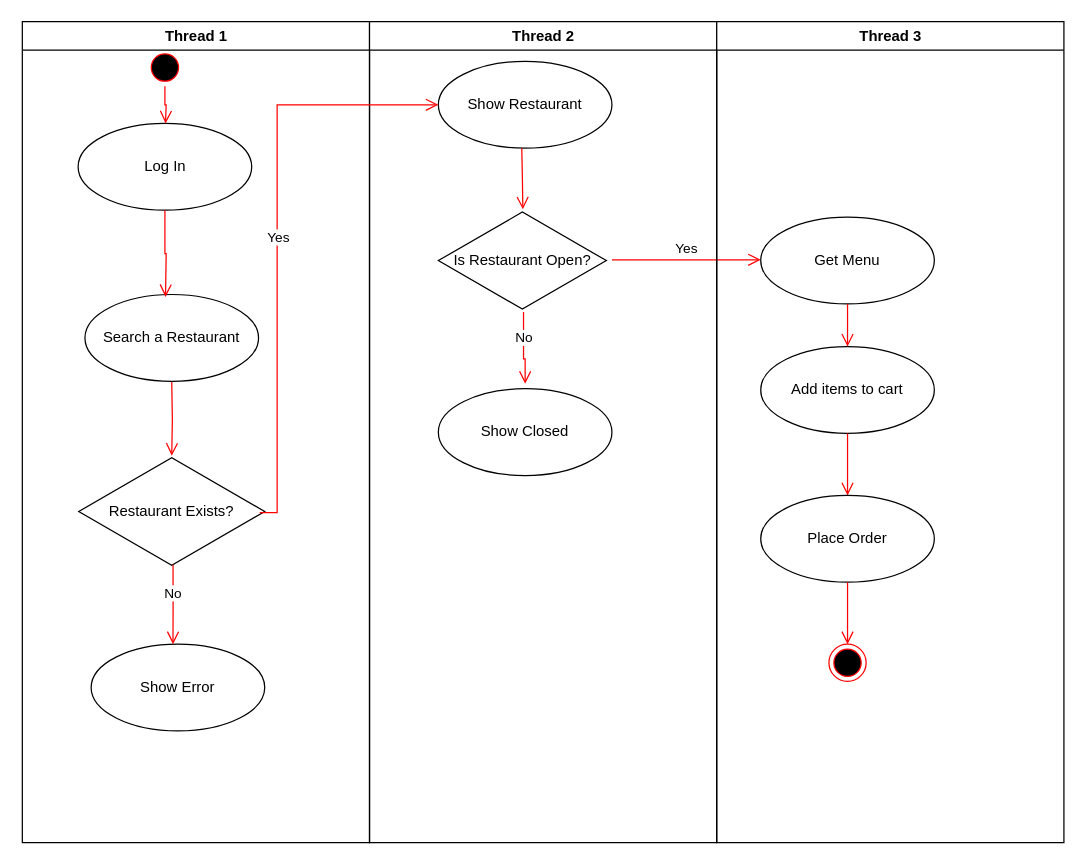
Before: Restaurant Finder Activity Diagram.drawio in prakhardixit248/UpGrad_MS, a draw.io diagram. Source tidied: cells renumbered, new cells numbered last; positions are measured from the earlier drawing's top-left corner, leaving out a move shared by most shapes. Both pictures are drawn from the tidied source at 124%, with x=0, y=0 at pixel (21, 21).
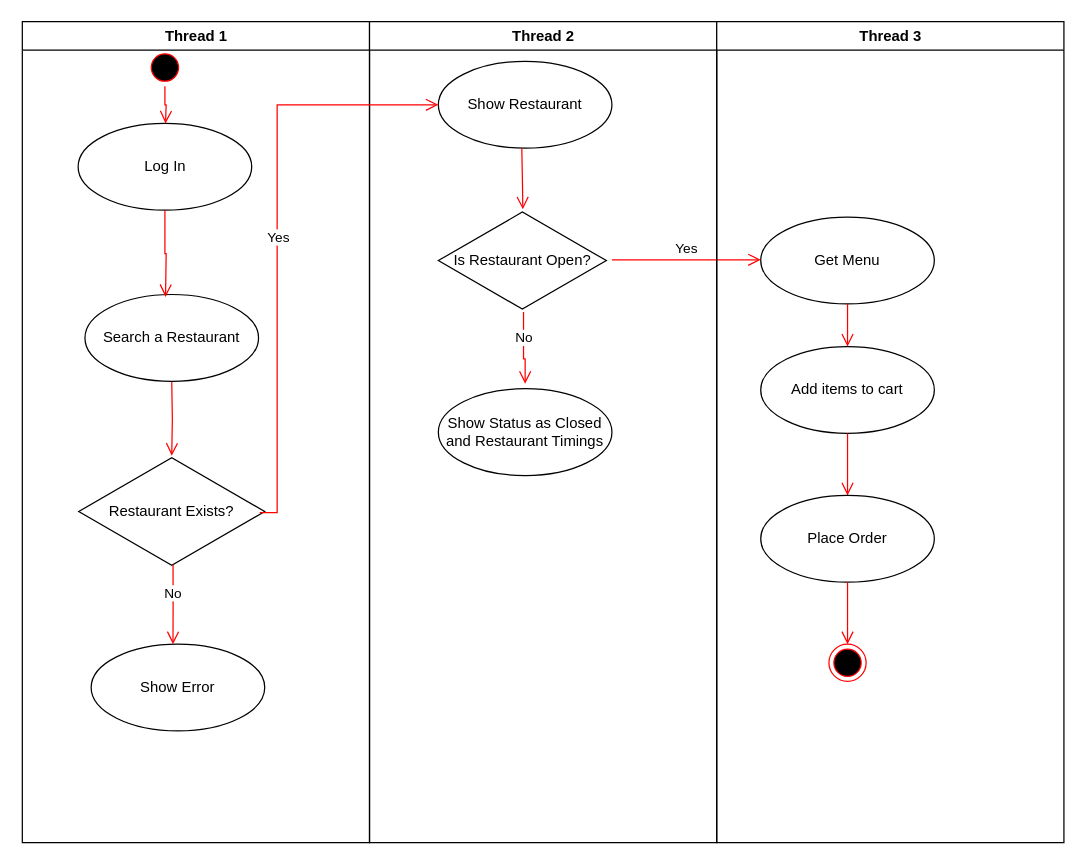
Above is the later version.

Unchanged cells that the change refers to:
```xml
<mxCell id="10" value="Thread 2" style="swimlane;whiteSpace=wrap;" parent="1" vertex="1">
  <mxGeometry x="280.5" width="280" height="662" as="geometry" />
</mxCell>
```

Change to the diagram source:
```diff
@@
-    <mxCell id="15" value="Show Closed" style="ellipse;whiteSpace=wrap;html=1;" parent="10" vertex="1">
+    <mxCell id="15" value="Show Status as Closed&lt;br&gt;and Restaurant Timings" style="ellipse;whiteSpace=wrap;html=1;" parent="10" vertex="1">
       <mxGeometry x="55.5" y="296" width="140" height="70" as="geometry" />
     </mxCell>
```
